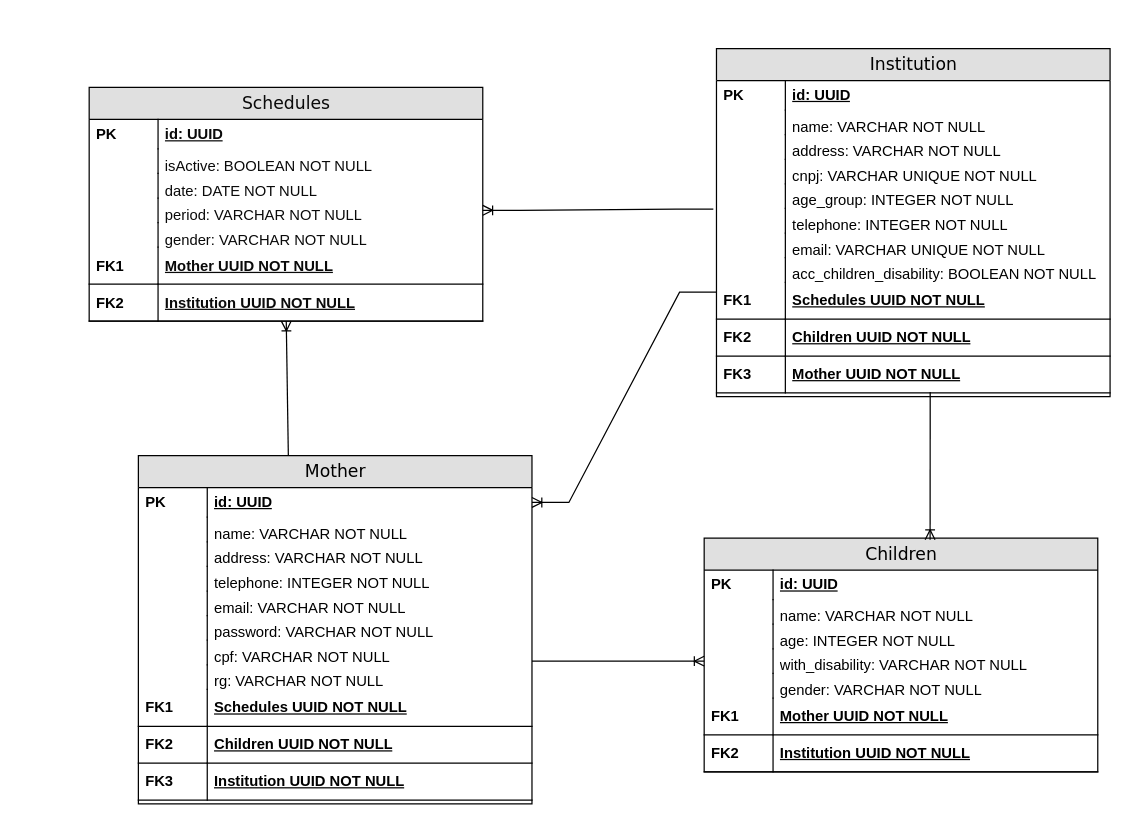
Earlier version of the draw.io diagram Diagrama sem nome.drawio (M4GROUP/aumma). Source tidied: cells renumbered, new cells numbered last; positions are measured from the earlier drawing's top-left corner, leaving out a move shared by most shapes. Both pictures are drawn from the tidied source at 123%, with x=0, y=0 at pixel (89, 48).
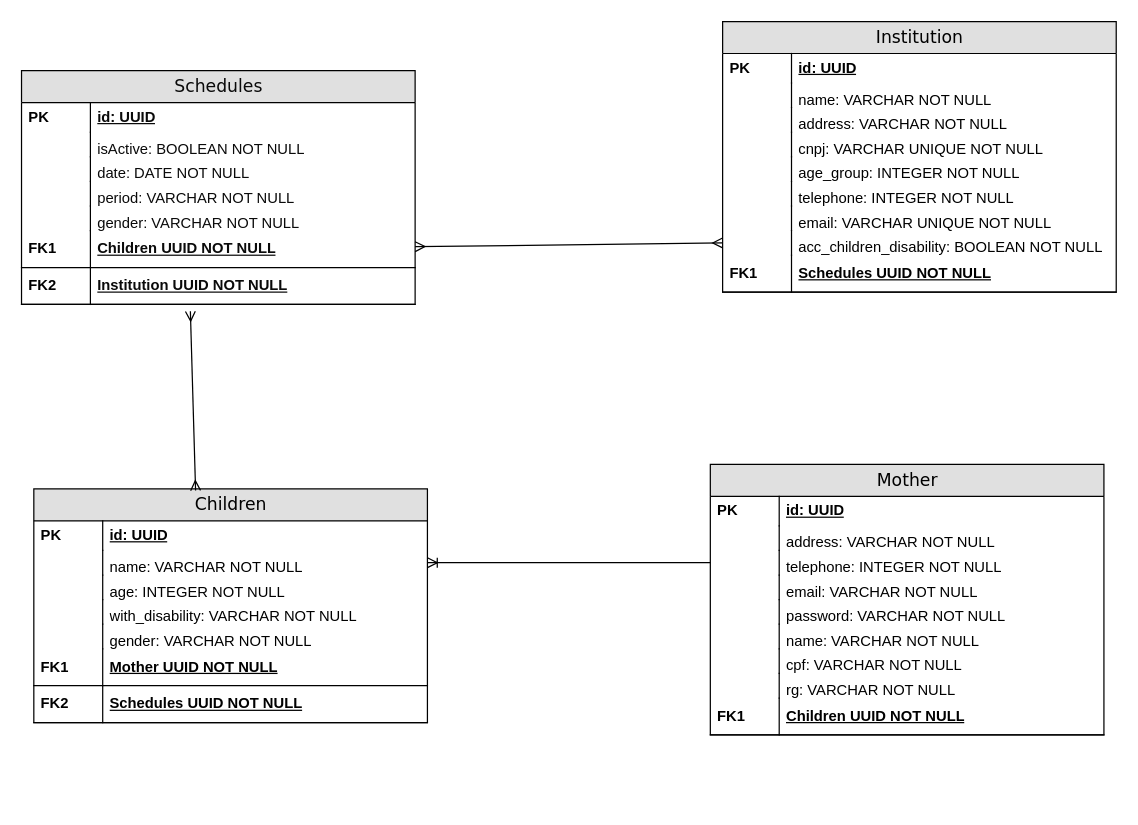
The same page after the edit.

Unchanged cells that the change refers to:
```xml
<mxCell id="13" value="telephone: INTEGER NOT NULL" style="shape=partialRectangle;top=0;left=0;right=0;bottom=0;html=1;align=left;verticalAlign=top;fillColor=none;spacingLeft=60;spacingRight=4;whiteSpace=wrap;overflow=hidden;points=[[0,0.5],[1,0.5]];portConstraint=eastwest;fontColor=#000000;" parent="2" vertex="1">
  <mxGeometry y="130" width="320" height="20" as="geometry" />
</mxCell>
<mxCell id="17" value="acc_children_disability: BOOLEAN NOT NULL" style="shape=partialRectangle;top=0;left=0;right=0;bottom=0;html=1;align=left;verticalAlign=top;fillColor=none;spacingLeft=60;spacingRight=4;whiteSpace=wrap;overflow=hidden;points=[[0,0.5],[1,0.5]];portConstraint=eastwest;fontColor=#000000;" parent="2" vertex="1">
  <mxGeometry y="170" width="320" height="20" as="geometry" />
</mxCell>
<mxCell id="19" value="Schedules UUID NOT NULL" style="shape=partialRectangle;top=0;left=0;right=0;bottom=1;html=1;align=left;verticalAlign=middle;fillColor=none;spacingLeft=60;spacingRight=4;whiteSpace=wrap;overflow=hidden;points=[[0,0.5],[1,0.5]];portConstraint=eastwest;fontStyle=5;fontColor=#000000;" parent="2" vertex="1">
  <mxGeometry y="190" width="320" height="30" as="geometry" />
</mxCell>
<mxCell id="26" value="id: UUID" style="shape=partialRectangle;top=0;left=0;right=0;bottom=0;html=1;align=left;verticalAlign=middle;fillColor=none;spacingLeft=60;spacingRight=4;whiteSpace=wrap;overflow=hidden;points=[[0,0.5],[1,0.5]];portConstraint=eastwest;fontStyle=5;fontColor=#000000;" parent="25" vertex="1">
  <mxGeometry y="26" width="320" height="24" as="geometry" />
</mxCell>
<mxCell id="51" value="name: VARCHAR NOT NULL" style="shape=partialRectangle;top=0;left=0;right=0;bottom=0;html=1;align=left;verticalAlign=top;fillColor=none;spacingLeft=60;spacingRight=4;whiteSpace=wrap;overflow=hidden;points=[[0,0.5],[1,0.5]];portConstraint=eastwest;fontColor=#000000;" parent="48" vertex="1">
  <mxGeometry y="50" width="320" height="20" as="geometry" />
</mxCell>
<mxCell id="55" value="with_disability: VARCHAR NOT NULL" style="shape=partialRectangle;top=0;left=0;right=0;bottom=0;html=1;align=left;verticalAlign=top;fillColor=none;spacingLeft=60;spacingRight=4;whiteSpace=wrap;overflow=hidden;points=[[0,0.5],[1,0.5]];portConstraint=eastwest;fontColor=#000000;" parent="48" vertex="1">
  <mxGeometry y="90" width="320" height="20" as="geometry" />
</mxCell>
<mxCell id="70" value="period: VARCHAR NOT NULL" style="shape=partialRectangle;top=0;left=0;right=0;bottom=0;html=1;align=left;verticalAlign=top;fillColor=none;spacingLeft=60;spacingRight=4;whiteSpace=wrap;overflow=hidden;points=[[0,0.5],[1,0.5]];portConstraint=eastwest;fontColor=#0A0A0A;" parent="63" vertex="1">
  <mxGeometry y="90" width="320" height="20" as="geometry" />
</mxCell>
<mxCell id="76" value="Institution UUID NOT NULL" style="shape=partialRectangle;top=0;left=0;right=0;bottom=1;html=1;align=left;verticalAlign=middle;fillColor=none;spacingLeft=60;spacingRight=4;whiteSpace=wrap;overflow=hidden;points=[[0,0.5],[1,0.5]];portConstraint=eastwest;fontStyle=5;fontColor=#0A0A0A;" parent="63" vertex="1">
  <mxGeometry y="160" width="320" height="30" as="geometry" />
</mxCell>
```

What changed in the source:
```diff
@@
     <mxCell id="2" value="Institution" style="swimlane;html=1;fontStyle=0;horizontal=1;startSize=26;fillColor=#e0e0e0;swimlaneFillColor=#ffffff;align=center;rounded=0;shadow=0;comic=0;labelBackgroundColor=none;strokeWidth=1;fontFamily=Verdana;fontSize=14;fontColor=#000000;" parent="1" vertex="1">
-      <mxGeometry x="510" width="320" height="283" as="geometry" />
+      <mxGeometry x="515" y="-22" width="320" height="220" as="geometry" />
     </mxCell>
@@
-    <mxCell id="21" value="Children UUID NOT NULL" style="shape=partialRectangle;top=0;left=0;right=0;bottom=1;html=1;align=left;verticalAlign=middle;fillColor=none;spacingLeft=60;spacingRight=4;whiteSpace=wrap;overflow=hidden;fontStyle=5;fontColor=#000000;" parent="2" vertex="1">
-      <mxGeometry y="220" width="320" height="30" as="geometry" />
-    </mxCell>
-    <mxCell id="22" value="FK2" style="shape=partialRectangle;fontStyle=1;top=0;left=0;bottom=0;html=1;fillColor=none;align=left;verticalAlign=middle;spacingLeft=4;spacingRight=4;whiteSpace=wrap;overflow=hidden;fontColor=#000000;" parent="21" vertex="1">
-      <mxGeometry width="56" height="30" as="geometry" />
-    </mxCell>
-    <mxCell id="23" value="Mother UUID NOT NULL" style="shape=partialRectangle;top=0;left=0;right=0;bottom=1;html=1;align=left;verticalAlign=middle;fillColor=none;spacingLeft=60;spacingRight=4;whiteSpace=wrap;overflow=hidden;points=[[0,0.5],[1,0.5]];portConstraint=eastwest;fontStyle=5;fontColor=#000000;" parent="2" vertex="1">
-      <mxGeometry y="250" width="320" height="30" as="geometry" />
-    </mxCell>
-    <mxCell id="24" value="&lt;font color=&quot;#000000&quot;&gt;FK3&lt;/font&gt;" style="shape=partialRectangle;fontStyle=1;top=0;left=0;bottom=0;html=1;fillColor=none;align=left;verticalAlign=middle;spacingLeft=4;spacingRight=4;whiteSpace=wrap;overflow=hidden;" parent="23" vertex="1">
-      <mxGeometry width="56" height="30" as="geometry" />
-    </mxCell>
     <mxCell id="25" value="Mother" style="swimlane;html=1;fontStyle=0;horizontal=1;startSize=26;fillColor=#e0e0e0;swimlaneFillColor=#ffffff;align=center;rounded=0;shadow=0;comic=0;labelBackgroundColor=none;strokeWidth=1;fontFamily=Verdana;fontSize=14;fontColor=#000000;" parent="1" vertex="1">
-      <mxGeometry x="40" y="331" width="320" height="283" as="geometry" />
+      <mxGeometry x="505" y="338" width="320" height="220" as="geometry" />
     </mxCell>
@@
-    <mxCell id="28" value="name: VARCHAR NOT NULL" style="shape=partialRectangle;top=0;left=0;right=0;bottom=0;html=1;align=left;verticalAlign=top;fillColor=none;spacingLeft=60;spacingRight=4;whiteSpace=wrap;overflow=hidden;fontColor=#000000;" parent="25" vertex="1">
-      <mxGeometry y="50" width="320" height="20" as="geometry" />
-    </mxCell>
-    <mxCell id="29" style="shape=partialRectangle;top=0;left=0;bottom=0;html=1;fillColor=none;align=left;verticalAlign=top;spacingLeft=4;spacingRight=4;whiteSpace=wrap;overflow=hidden;" parent="28" vertex="1">
-      <mxGeometry width="56" height="20" as="geometry" />
-    </mxCell>
     <mxCell id="30" value="address: VARCHAR NOT NULL" style="shape=partialRectangle;top=0;left=0;right=0;bottom=0;html=1;align=left;verticalAlign=top;fillColor=none;spacingLeft=60;spacingRight=4;whiteSpace=wrap;overflow=hidden;fontColor=#000000;" parent="25" vertex="1">
-      <mxGeometry y="70" width="320" height="20" as="geometry" />
+      <mxGeometry y="50" width="320" height="20" as="geometry" />
     </mxCell>
@@
     <mxCell id="32" value="telephone: INTEGER NOT NULL" style="shape=partialRectangle;top=0;left=0;right=0;bottom=0;html=1;align=left;verticalAlign=top;fillColor=none;spacingLeft=60;spacingRight=4;whiteSpace=wrap;overflow=hidden;points=[[0,0.5],[1,0.5]];portConstraint=eastwest;fontColor=#000000;" parent="25" vertex="1">
-      <mxGeometry y="90" width="320" height="20" as="geometry" />
+      <mxGeometry y="70" width="320" height="20" as="geometry" />
     </mxCell>
@@
     <mxCell id="34" value="email: VARCHAR NOT NULL" style="shape=partialRectangle;top=0;left=0;right=0;bottom=0;html=1;align=left;verticalAlign=top;fillColor=none;spacingLeft=60;spacingRight=4;whiteSpace=wrap;overflow=hidden;fontColor=#000000;" parent="25" vertex="1">
-      <mxGeometry y="110" width="320" height="20" as="geometry" />
+      <mxGeometry y="90" width="320" height="20" as="geometry" />
     </mxCell>
@@
     <mxCell id="36" value="password: VARCHAR NOT NULL" style="shape=partialRectangle;top=0;left=0;right=0;bottom=0;html=1;align=left;verticalAlign=top;fillColor=none;spacingLeft=60;spacingRight=4;whiteSpace=wrap;overflow=hidden;fontColor=#000000;" parent="25" vertex="1">
-      <mxGeometry y="130" width="320" height="20" as="geometry" />
+      <mxGeometry y="110" width="320" height="20" as="geometry" />
     </mxCell>
@@
+    <mxCell id="28" value="name: VARCHAR NOT NULL" style="shape=partialRectangle;top=0;left=0;right=0;bottom=0;html=1;align=left;verticalAlign=top;fillColor=none;spacingLeft=60;spacingRight=4;whiteSpace=wrap;overflow=hidden;fontColor=#000000;" parent="25" vertex="1">
+      <mxGeometry y="130" width="320" height="20" as="geometry" />
+    </mxCell>
+    <mxCell id="29" style="shape=partialRectangle;top=0;left=0;bottom=0;html=1;fillColor=none;align=left;verticalAlign=top;spacingLeft=4;spacingRight=4;whiteSpace=wrap;overflow=hidden;" parent="28" vertex="1">
+      <mxGeometry width="56" height="20" as="geometry" />
+    </mxCell>
@@
-    <mxCell id="42" value="Schedules UUID NOT NULL" style="shape=partialRectangle;top=0;left=0;right=0;bottom=1;html=1;align=left;verticalAlign=middle;fillColor=none;spacingLeft=60;spacingRight=4;whiteSpace=wrap;overflow=hidden;fontStyle=5;fontColor=#000000;" parent="25" vertex="1">
-      <mxGeometry y="190" width="320" height="30" as="geometry" />
-    </mxCell>
-    <mxCell id="43" value="&lt;font color=&quot;#000000&quot;&gt;FK1&lt;/font&gt;" style="shape=partialRectangle;fontStyle=1;top=0;left=0;bottom=0;html=1;fillColor=none;align=left;verticalAlign=middle;spacingLeft=4;spacingRight=4;whiteSpace=wrap;overflow=hidden;" parent="42" vertex="1">
-      <mxGeometry width="56" height="30" as="geometry" />
-    </mxCell>
     <mxCell id="44" value="Children UUID NOT NULL" style="shape=partialRectangle;top=0;left=0;right=0;bottom=1;html=1;align=left;verticalAlign=middle;fillColor=none;spacingLeft=60;spacingRight=4;whiteSpace=wrap;overflow=hidden;fontStyle=5;fontColor=#000000;" parent="25" vertex="1">
-      <mxGeometry y="220" width="320" height="30" as="geometry" />
+      <mxGeometry y="190" width="320" height="30" as="geometry" />
     </mxCell>
-    <mxCell id="45" value="FK2" style="shape=partialRectangle;fontStyle=1;top=0;left=0;bottom=0;html=1;fillColor=none;align=left;verticalAlign=middle;spacingLeft=4;spacingRight=4;whiteSpace=wrap;overflow=hidden;fontColor=#000000;" parent="44" vertex="1">
+    <mxCell id="45" value="FK1" style="shape=partialRectangle;fontStyle=1;top=0;left=0;bottom=0;html=1;fillColor=none;align=left;verticalAlign=middle;spacingLeft=4;spacingRight=4;whiteSpace=wrap;overflow=hidden;fontColor=#000000;" parent="44" vertex="1">
       <mxGeometry width="56" height="30" as="geometry" />
     </mxCell>
-    <mxCell id="46" value="Institution UUID NOT NULL" style="shape=partialRectangle;top=0;left=0;right=0;bottom=1;html=1;align=left;verticalAlign=middle;fillColor=none;spacingLeft=60;spacingRight=4;whiteSpace=wrap;overflow=hidden;fontStyle=5;fontColor=#000000;" parent="25" vertex="1">
-      <mxGeometry y="250" width="320" height="30" as="geometry" />
-    </mxCell>
-    <mxCell id="47" value="FK3" style="shape=partialRectangle;fontStyle=1;top=0;left=0;bottom=0;html=1;fillColor=none;align=left;verticalAlign=middle;spacingLeft=4;spacingRight=4;whiteSpace=wrap;overflow=hidden;fontColor=#000000;" parent="46" vertex="1">
-      <mxGeometry width="56" height="30" as="geometry" />
-    </mxCell>
     <mxCell id="48" value="Children" style="swimlane;html=1;fontStyle=0;horizontal=1;startSize=26;fillColor=#e0e0e0;swimlaneFillColor=#ffffff;align=center;rounded=0;shadow=0;comic=0;labelBackgroundColor=none;strokeWidth=1;fontFamily=Verdana;fontSize=14;fontColor=#000000;" parent="1" vertex="1">
-      <mxGeometry x="500" y="398" width="320" height="190" as="geometry" />
+      <mxGeometry x="-45" y="358" width="320" height="190" as="geometry" />
     </mxCell>
@@
-    <mxCell id="61" value="Institution UUID NOT NULL" style="shape=partialRectangle;top=0;left=0;right=0;bottom=1;html=1;align=left;verticalAlign=middle;fillColor=none;spacingLeft=60;spacingRight=4;whiteSpace=wrap;overflow=hidden;fontStyle=5;fontColor=#000000;" parent="48" vertex="1">
+    <mxCell id="61" value="Schedules UUID NOT NULL" style="shape=partialRectangle;top=0;left=0;right=0;bottom=1;html=1;align=left;verticalAlign=middle;fillColor=none;spacingLeft=60;spacingRight=4;whiteSpace=wrap;overflow=hidden;fontStyle=5;fontColor=#000000;" parent="48" vertex="1">
       <mxGeometry y="160" width="320" height="30" as="geometry" />
     </mxCell>
@@
     <mxCell id="63" value="Schedules" style="swimlane;html=1;fontStyle=0;horizontal=1;startSize=26;fillColor=#e0e0e0;swimlaneFillColor=#ffffff;align=center;rounded=0;shadow=0;comic=0;labelBackgroundColor=none;strokeWidth=1;fontFamily=Verdana;fontSize=14;fontColor=#0A0A0A;" parent="1" vertex="1">
-      <mxGeometry y="31.5" width="320" height="190" as="geometry" />
+      <mxGeometry x="-55" y="18" width="320" height="190" as="geometry" />
     </mxCell>
@@
-    <mxCell id="74" value="Mother UUID NOT NULL" style="shape=partialRectangle;top=0;left=0;right=0;bottom=1;html=1;align=left;verticalAlign=middle;fillColor=none;spacingLeft=60;spacingRight=4;whiteSpace=wrap;overflow=hidden;points=[[0,0.5],[1,0.5]];portConstraint=eastwest;fontStyle=5;fontColor=#0A0A0A;" parent="63" vertex="1">
+    <mxCell id="74" value="Children UUID NOT NULL" style="shape=partialRectangle;top=0;left=0;right=0;bottom=1;html=1;align=left;verticalAlign=middle;fillColor=none;spacingLeft=60;spacingRight=4;whiteSpace=wrap;overflow=hidden;points=[[0,0.5],[1,0.5]];portConstraint=eastwest;fontStyle=5;fontColor=#0A0A0A;" parent="63" vertex="1">
       <mxGeometry y="130" width="320" height="30" as="geometry" />
     </mxCell>
@@
-    <mxCell id="78" style="edgeStyle=entityRelationEdgeStyle;fontSize=12;html=1;endArrow=ERoneToMany;rounded=0;exitX=-0.008;exitY=0.025;exitDx=0;exitDy=0;entryX=1;entryY=0.5;entryDx=0;entryDy=0;exitPerimeter=0;" parent="1" edge="1" source="13" target="70">
-      <mxGeometry relative="1" as="geometry" />
-    </mxCell>
-    <mxCell id="79" style="fontSize=12;html=1;endArrow=ERoneToMany;rounded=0;exitX=0.543;exitY=0.975;exitDx=0;exitDy=0;exitPerimeter=0;entryX=0.574;entryY=0.007;entryDx=0;entryDy=0;entryPerimeter=0;" parent="1" edge="1" source="23" target="48">
-      <mxGeometry relative="1" as="geometry" />
-    </mxCell>
-    <mxCell id="80" style="edgeStyle=entityRelationEdgeStyle;fontSize=12;html=1;endArrow=ERoneToMany;rounded=0;entryX=1;entryY=0.5;entryDx=0;entryDy=0;exitX=0;exitY=0.267;exitDx=0;exitDy=0;exitPerimeter=0;" parent="1" edge="1" source="19" target="26">
-      <mxGeometry relative="1" as="geometry" />
-    </mxCell>
-    <mxCell id="81" style="edgeStyle=entityRelationEdgeStyle;fontSize=12;html=1;endArrow=ERoneToMany;rounded=0;entryX=0;entryY=0.5;entryDx=0;entryDy=0;" parent="1" edge="1" target="55">
-      <mxGeometry relative="1" as="geometry">
-        <mxPoint x="360" y="498" as="sourcePoint" />
-      </mxGeometry>
-    </mxCell>
-    <mxCell id="82" style="fontSize=12;html=1;endArrow=ERoneToMany;rounded=0;exitX=0.381;exitY=0;exitDx=0;exitDy=0;exitPerimeter=0;" parent="1" edge="1" source="25" target="76">
-      <mxGeometry relative="1" as="geometry" />
-    </mxCell>
+    <mxCell id="83" style="edgeStyle=entityRelationEdgeStyle;fontSize=12;html=1;endArrow=ERoneToMany;rounded=0;entryX=1;entryY=0.5;entryDx=0;entryDy=0;exitX=0;exitY=0.5;exitDx=0;exitDy=0;" parent="1" edge="1" source="32" target="51">
+      <mxGeometry relative="1" as="geometry" />
+    </mxCell>
+    <mxCell id="84" style="fontSize=12;html=1;endArrow=ERmany;startArrow=ERmany;rounded=0;entryX=0.429;entryY=1.186;entryDx=0;entryDy=0;entryPerimeter=0;exitX=0.411;exitY=0.007;exitDx=0;exitDy=0;exitPerimeter=0;" parent="1" edge="1" source="48" target="76">
+      <mxGeometry relative="1" as="geometry" />
+    </mxCell>
+    <mxCell id="85" style="fontSize=12;html=1;endArrow=ERmany;startArrow=ERmany;rounded=0;entryX=0;entryY=0.5;entryDx=0;entryDy=0;" parent="1" edge="1" source="74" target="17">
+      <mxGeometry relative="1" as="geometry" />
+    </mxCell>
```
